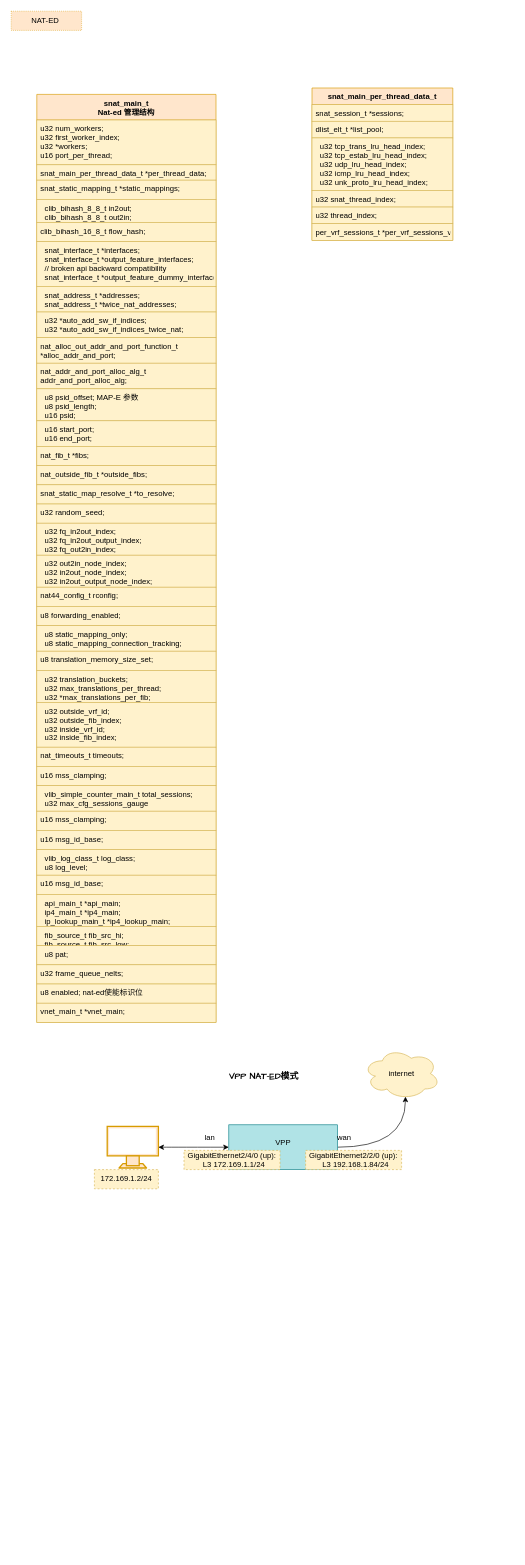
Above: new_map/nat.drawio in jin13417/dpdk-vpp-learning (draw.io), before the change. Source tidied: cells renumbered, new cells numbered last; positions are measured from the earlier drawing's top-left corner, leaving out a move shared by most shapes. Both pictures are drawn from the tidied source at 64%, with x=0, y=0 at pixel (11, 11).
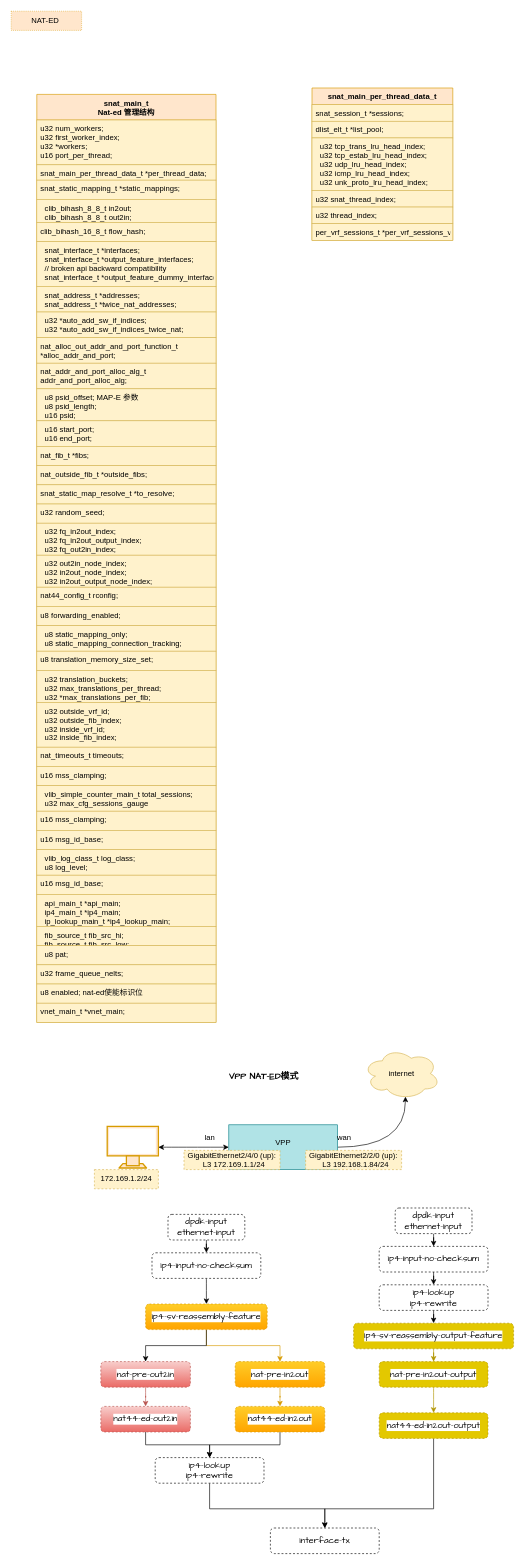
After the change.

The edit, as a diff of the source:
```diff
@@
+    <mxCell id="59" style="edgeStyle=orthogonalEdgeStyle;curved=1;rounded=0;jettySize=auto;html=1;fontFamily=Comic Sans MS;fontSize=14;" parent="1" edge="1" source="60" target="62">
+      <mxGeometry relative="1" as="geometry" />
+    </mxCell>
+    <mxCell id="60" value="dpdk-input&lt;br&gt;ethernet-input" style="rounded=1;whiteSpace=wrap;html=1;shadow=0;glass=0;dashed=1;labelBackgroundColor=default;labelBorderColor=none;sketch=0;fontFamily=Comic Sans MS;fontSize=14;strokeColor=default;" parent="1" vertex="1">
+      <mxGeometry x="245" y="1880" width="120" height="40" as="geometry" />
+    </mxCell>
+    <mxCell id="61" style="edgeStyle=orthogonalEdgeStyle;curved=1;rounded=0;jettySize=auto;html=1;fontFamily=Comic Sans MS;fontSize=14;" parent="1" edge="1" source="62" target="65">
+      <mxGeometry relative="1" as="geometry" />
+    </mxCell>
+    <mxCell id="62" value="ip4-input-no-checksum" style="rounded=1;whiteSpace=wrap;html=1;shadow=0;glass=0;dashed=1;labelBackgroundColor=default;labelBorderColor=none;sketch=0;fontFamily=Comic Sans MS;fontSize=14;strokeColor=default;" parent="1" vertex="1">
+      <mxGeometry x="220" y="1940" width="170" height="40" as="geometry" />
+    </mxCell>
+    <mxCell id="63" style="edgeStyle=orthogonalEdgeStyle;rounded=0;jettySize=auto;html=1;fontFamily=Comic Sans MS;fontSize=14;fillColor=#ffcd28;strokeColor=#d79b00;gradientColor=#ffa500;" parent="1" edge="1" source="65" target="67">
+      <mxGeometry relative="1" as="geometry" />
+    </mxCell>
+    <mxCell id="64" style="edgeStyle=orthogonalEdgeStyle;rounded=0;jettySize=auto;html=1;exitX=0.5;exitY=1;exitDx=0;exitDy=0;entryX=0.5;entryY=0;entryDx=0;entryDy=0;fontFamily=Comic Sans MS;fontSize=14;" parent="1" edge="1" source="65" target="86">
+      <mxGeometry relative="1" as="geometry" />
+    </mxCell>
+    <mxCell id="65" value="ip4-sv-reassembly-feature" style="rounded=1;whiteSpace=wrap;html=1;shadow=0;glass=0;dashed=1;labelBackgroundColor=default;labelBorderColor=none;sketch=0;fontFamily=Comic Sans MS;fontSize=14;strokeColor=#d79b00;fillColor=#ffcd28;gradientColor=#ffa500;" parent="1" vertex="1">
+      <mxGeometry x="210" y="2020" width="190" height="40" as="geometry" />
+    </mxCell>
+    <mxCell id="66" style="edgeStyle=orthogonalEdgeStyle;curved=1;rounded=0;jettySize=auto;html=1;fontFamily=Comic Sans MS;fontSize=14;fillColor=#ffcd28;strokeColor=#d79b00;gradientColor=#ffa500;" parent="1" edge="1" source="67" target="69">
+      <mxGeometry relative="1" as="geometry" />
+    </mxCell>
+    <mxCell id="67" value="nat-pre-in2out" style="rounded=1;whiteSpace=wrap;html=1;shadow=0;glass=0;dashed=1;labelBackgroundColor=default;labelBorderColor=none;sketch=0;fontFamily=Comic Sans MS;fontSize=14;strokeColor=#d79b00;fillColor=#ffcd28;gradientColor=#ffa500;" parent="1" vertex="1">
+      <mxGeometry x="350" y="2110" width="140" height="40" as="geometry" />
+    </mxCell>
+    <mxCell id="68" style="edgeStyle=orthogonalEdgeStyle;rounded=0;jettySize=auto;html=1;fontFamily=Comic Sans MS;fontSize=14;" parent="1" edge="1" source="69" target="71">
+      <mxGeometry relative="1" as="geometry" />
+    </mxCell>
+    <mxCell id="69" value="nat44-ed-in2out" style="rounded=1;whiteSpace=wrap;html=1;shadow=0;glass=0;dashed=1;labelBackgroundColor=default;labelBorderColor=none;sketch=0;fontFamily=Comic Sans MS;fontSize=14;strokeColor=#d79b00;fillColor=#ffcd28;gradientColor=#ffa500;" parent="1" vertex="1">
+      <mxGeometry x="350" y="2180" width="140" height="40" as="geometry" />
+    </mxCell>
+    <mxCell id="70" style="edgeStyle=orthogonalEdgeStyle;rounded=0;jettySize=auto;html=1;fontFamily=Comic Sans MS;fontSize=14;" parent="1" edge="1" source="71" target="72">
+      <mxGeometry relative="1" as="geometry">
+        <Array as="points">
+          <mxPoint x="310" y="2340" />
+          <mxPoint x="490" y="2340" />
+        </Array>
+      </mxGeometry>
+    </mxCell>
+    <mxCell id="71" value="ip4-lookup&lt;br&gt;ip4-rewrite" style="rounded=1;whiteSpace=wrap;html=1;shadow=0;glass=0;dashed=1;labelBackgroundColor=default;labelBorderColor=none;sketch=0;fontFamily=Comic Sans MS;fontSize=14;strokeColor=default;" parent="1" vertex="1">
+      <mxGeometry x="225" y="2260" width="170" height="40" as="geometry" />
+    </mxCell>
+    <mxCell id="72" value="interface-tx" style="rounded=1;whiteSpace=wrap;html=1;shadow=0;glass=0;dashed=1;labelBackgroundColor=default;labelBorderColor=none;sketch=0;fontFamily=Comic Sans MS;fontSize=14;strokeColor=default;" parent="1" vertex="1">
+      <mxGeometry x="405" y="2370" width="170" height="40" as="geometry" />
+    </mxCell>
+    <mxCell id="73" style="edgeStyle=orthogonalEdgeStyle;curved=1;rounded=0;jettySize=auto;html=1;fontFamily=Comic Sans MS;fontSize=14;" parent="1" edge="1" source="74" target="76">
+      <mxGeometry relative="1" as="geometry" />
+    </mxCell>
+    <mxCell id="74" value="dpdk-input&lt;br&gt;ethernet-input" style="rounded=1;whiteSpace=wrap;html=1;shadow=0;glass=0;dashed=1;labelBackgroundColor=default;labelBorderColor=none;sketch=0;fontFamily=Comic Sans MS;fontSize=14;strokeColor=default;" parent="1" vertex="1">
+      <mxGeometry x="600" y="1870" width="120" height="40" as="geometry" />
+    </mxCell>
+    <mxCell id="75" style="edgeStyle=orthogonalEdgeStyle;curved=1;rounded=0;jettySize=auto;html=1;fontFamily=Comic Sans MS;fontSize=14;" parent="1" edge="1" source="76" target="78">
+      <mxGeometry relative="1" as="geometry" />
+    </mxCell>
+    <mxCell id="76" value="ip4-input-no-checksum" style="rounded=1;whiteSpace=wrap;html=1;shadow=0;glass=0;dashed=1;labelBackgroundColor=default;labelBorderColor=none;sketch=0;fontFamily=Comic Sans MS;fontSize=14;strokeColor=default;" parent="1" vertex="1">
+      <mxGeometry x="575" y="1930" width="170" height="40" as="geometry" />
+    </mxCell>
+    <mxCell id="77" style="edgeStyle=orthogonalEdgeStyle;curved=1;rounded=0;jettySize=auto;html=1;fontFamily=Comic Sans MS;fontSize=14;" parent="1" edge="1" source="78" target="80">
+      <mxGeometry relative="1" as="geometry" />
+    </mxCell>
+    <mxCell id="78" value="ip4-lookup&lt;br&gt;ip4-rewrite" style="rounded=1;whiteSpace=wrap;html=1;shadow=0;glass=0;dashed=1;labelBackgroundColor=default;labelBorderColor=none;sketch=0;fontFamily=Comic Sans MS;fontSize=14;strokeColor=default;" parent="1" vertex="1">
+      <mxGeometry x="575" y="1990" width="170" height="40" as="geometry" />
+    </mxCell>
+    <mxCell id="79" style="edgeStyle=orthogonalEdgeStyle;curved=1;rounded=0;jettySize=auto;html=1;fontFamily=Comic Sans MS;fontSize=14;fillColor=#e3c800;strokeColor=#B09500;" parent="1" edge="1" source="80" target="82">
+      <mxGeometry relative="1" as="geometry" />
+    </mxCell>
+    <mxCell id="80" value="ip4-sv-reassembly-output-feature" style="rounded=1;whiteSpace=wrap;html=1;shadow=0;glass=0;dashed=1;labelBackgroundColor=default;labelBorderColor=none;sketch=0;fontFamily=Comic Sans MS;fontSize=14;strokeColor=#B09500;fillColor=#e3c800;fontColor=#000000;" parent="1" vertex="1">
+      <mxGeometry x="535" y="2050" width="250" height="40" as="geometry" />
+    </mxCell>
+    <mxCell id="81" style="edgeStyle=orthogonalEdgeStyle;curved=1;rounded=0;jettySize=auto;html=1;fontFamily=Comic Sans MS;fontSize=14;fillColor=#e3c800;strokeColor=#B09500;" parent="1" edge="1" source="82" target="84">
+      <mxGeometry relative="1" as="geometry" />
+    </mxCell>
+    <mxCell id="82" value="nat-pre-in2out-output" style="rounded=1;whiteSpace=wrap;html=1;shadow=0;glass=0;dashed=1;labelBackgroundColor=default;labelBorderColor=none;sketch=0;fontFamily=Comic Sans MS;fontSize=14;strokeColor=#B09500;fillColor=#e3c800;fontColor=#000000;" parent="1" vertex="1">
+      <mxGeometry x="575" y="2110" width="170" height="40" as="geometry" />
+    </mxCell>
+    <mxCell id="83" style="edgeStyle=orthogonalEdgeStyle;rounded=0;jettySize=auto;html=1;fontFamily=Comic Sans MS;fontSize=14;" parent="1" edge="1" source="84" target="72">
+      <mxGeometry relative="1" as="geometry">
+        <Array as="points">
+          <mxPoint x="660" y="2340" />
+          <mxPoint x="490" y="2340" />
+        </Array>
+      </mxGeometry>
+    </mxCell>
+    <mxCell id="84" value="nat44-ed-in2out-output" style="rounded=1;whiteSpace=wrap;html=1;shadow=0;glass=0;dashed=1;labelBackgroundColor=default;labelBorderColor=none;sketch=0;fontFamily=Comic Sans MS;fontSize=14;strokeColor=#B09500;fillColor=#e3c800;fontColor=#000000;" parent="1" vertex="1">
+      <mxGeometry x="575" y="2190" width="170" height="40" as="geometry" />
+    </mxCell>
+    <mxCell id="85" style="edgeStyle=orthogonalEdgeStyle;curved=1;rounded=0;jettySize=auto;html=1;fontFamily=Comic Sans MS;fontSize=14;fillColor=#f8cecc;strokeColor=#b85450;gradientColor=#ea6b66;" parent="1" edge="1" source="86" target="88">
+      <mxGeometry relative="1" as="geometry" />
+    </mxCell>
+    <mxCell id="86" value="nat-pre-out2in" style="rounded=1;whiteSpace=wrap;html=1;shadow=0;glass=0;dashed=1;labelBackgroundColor=default;labelBorderColor=none;sketch=0;fontFamily=Comic Sans MS;fontSize=14;strokeColor=#b85450;fillColor=#f8cecc;gradientColor=#ea6b66;" parent="1" vertex="1">
+      <mxGeometry x="140" y="2110" width="140" height="40" as="geometry" />
+    </mxCell>
+    <mxCell id="87" style="edgeStyle=orthogonalEdgeStyle;rounded=0;jettySize=auto;html=1;exitX=0.5;exitY=1;exitDx=0;exitDy=0;entryX=0.5;entryY=0;entryDx=0;entryDy=0;fontFamily=Comic Sans MS;fontSize=14;" parent="1" edge="1" source="88" target="71">
+      <mxGeometry relative="1" as="geometry" />
+    </mxCell>
+    <mxCell id="88" value="nat44-ed-out2in" style="rounded=1;whiteSpace=wrap;html=1;shadow=0;glass=0;dashed=1;labelBackgroundColor=default;labelBorderColor=none;sketch=0;fontFamily=Comic Sans MS;fontSize=14;strokeColor=#b85450;fillColor=#f8cecc;gradientColor=#ea6b66;" parent="1" vertex="1">
+      <mxGeometry x="140" y="2180" width="140" height="40" as="geometry" />
+    </mxCell>
```
